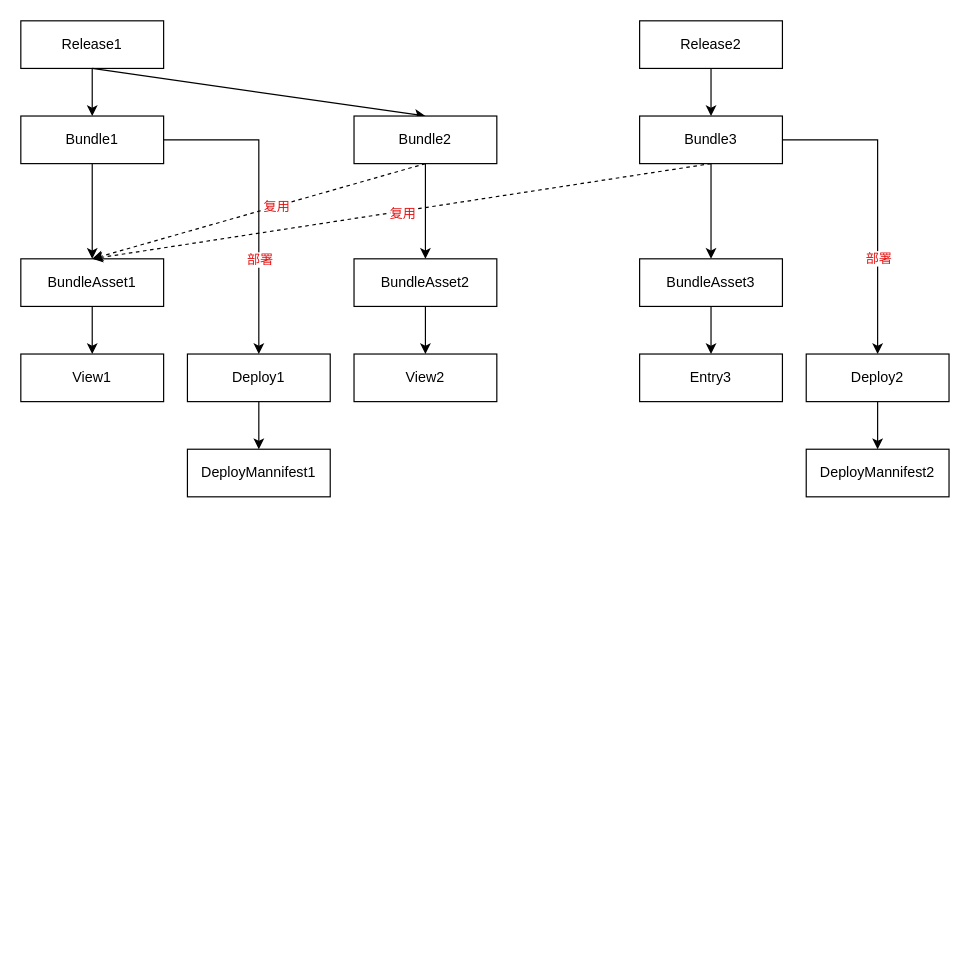
The draw.io diagram doc/构建部署.dio in wenchuanli1989/groot, before the edit. Source tidied: cells renumbered, new cells numbered last; positions are measured from the earlier drawing's top-left corner, leaving out a move shared by most shapes. Both pictures are drawn from the tidied source at 119%, with x=0, y=0 at pixel (20, 20).
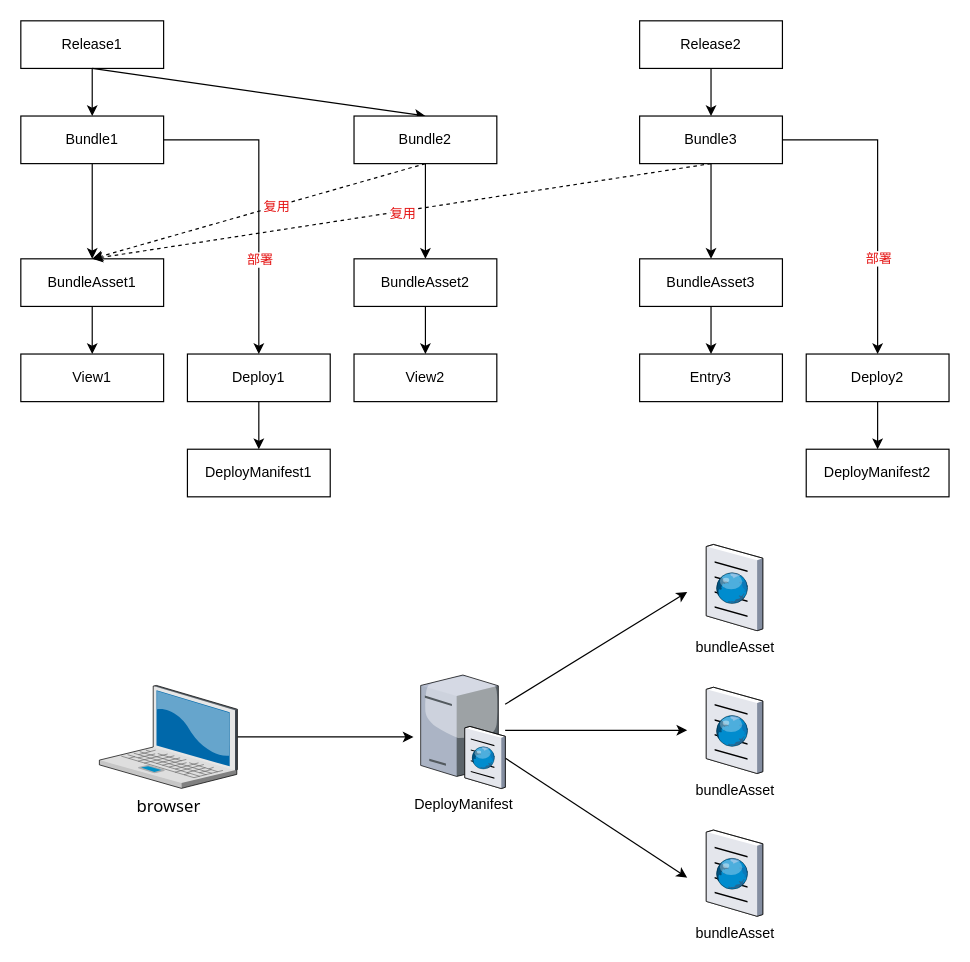
After the change.

Diff of the diagram source:
```diff
@@
-    <mxCell id="34" value="DeployMannifest1" style="whiteSpace=wrap;html=1;" parent="1" vertex="1">
+    <mxCell id="34" value="DeployManifest1" style="whiteSpace=wrap;html=1;" parent="1" vertex="1">
       <mxGeometry x="140" y="360" width="120" height="40" as="geometry" />
     </mxCell>
-    <mxCell id="35" value="DeployMannifest2" style="whiteSpace=wrap;html=1;" parent="1" vertex="1">
+    <mxCell id="35" value="DeployManifest2" style="whiteSpace=wrap;html=1;" parent="1" vertex="1">
       <mxGeometry x="660" y="360" width="120" height="40" as="geometry" />
     </mxCell>
+    <mxCell id="36" style="edgeStyle=none;html=1;" parent="1" edge="1" source="39">
+      <mxGeometry relative="1" as="geometry">
+        <mxPoint x="560" y="480" as="targetPoint" />
+      </mxGeometry>
+    </mxCell>
+    <mxCell id="37" style="edgeStyle=none;html=1;" parent="1" edge="1" source="39">
+      <mxGeometry relative="1" as="geometry">
+        <mxPoint x="560" y="596.2" as="targetPoint" />
+      </mxGeometry>
+    </mxCell>
+    <mxCell id="38" style="edgeStyle=none;html=1;" parent="1" edge="1" source="39">
+      <mxGeometry relative="1" as="geometry">
+        <mxPoint x="560" y="720" as="targetPoint" />
+      </mxGeometry>
+    </mxCell>
+    <mxCell id="39" value="DeployManifest" style="verticalLabelPosition=bottom;sketch=0;html=1;verticalAlign=top;strokeColor=none;align=center;outlineConnect=0;shape=mxgraph.citrix.cache_server;" parent="1" vertex="1">
+      <mxGeometry x="336" y="547.5" width="71" height="97.5" as="geometry" />
+    </mxCell>
+    <mxCell id="40" value="bundleAsset" style="verticalLabelPosition=bottom;sketch=0;html=1;verticalAlign=top;strokeColor=none;align=center;shape=mxgraph.citrix.browser;" parent="1" vertex="1">
+      <mxGeometry x="576" y="440" width="47.5" height="72.5" as="geometry" />
+    </mxCell>
+    <mxCell id="41" value="bundleAsset" style="verticalLabelPosition=bottom;sketch=0;html=1;verticalAlign=top;strokeColor=none;align=center;shape=mxgraph.citrix.browser;" parent="1" vertex="1">
+      <mxGeometry x="576" y="560" width="47.5" height="72.5" as="geometry" />
+    </mxCell>
+    <mxCell id="42" value="bundleAsset" style="verticalLabelPosition=bottom;sketch=0;html=1;verticalAlign=top;strokeColor=none;align=center;shape=mxgraph.citrix.browser;" parent="1" vertex="1">
+      <mxGeometry x="576" y="680" width="47.5" height="72.5" as="geometry" />
+    </mxCell>
+    <mxCell id="43" style="edgeStyle=none;html=1;" parent="1" edge="1" source="44">
+      <mxGeometry relative="1" as="geometry">
+        <mxPoint x="330" y="601.8" as="targetPoint" />
+      </mxGeometry>
+    </mxCell>
+    <mxCell id="44" value="&lt;span style=&quot;font-family: system-ui, &amp;quot;PingFang SC&amp;quot;, STHeiti, sans-serif; font-size: 14px; text-align: start; background-color: rgb(255, 255, 255);&quot;&gt;browser&lt;/span&gt;" style="verticalLabelPosition=bottom;sketch=0;html=1;verticalAlign=top;strokeColor=none;align=center;outlineConnect=0;shape=mxgraph.citrix.laptop_2;" parent="1" vertex="1">
+      <mxGeometry x="66" y="558.5" width="116" height="86.5" as="geometry" />
+    </mxCell>
```
